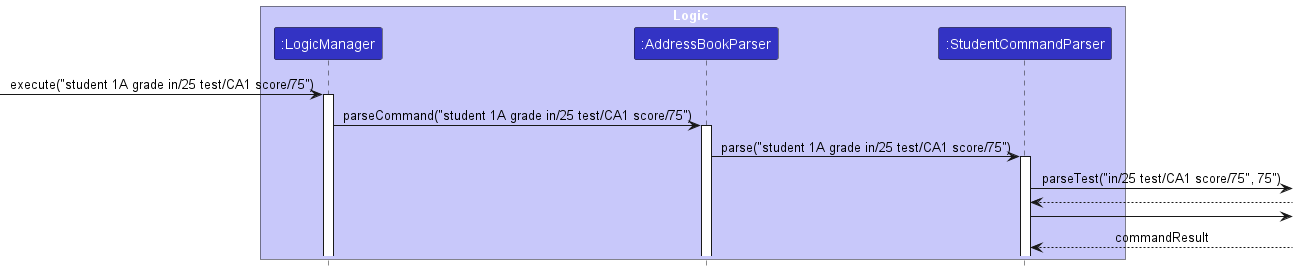
Earlier version of the PlantUML export docs/images/GradeSequentialDiagram.png (nus-cs2103-AY2223S2/tp).
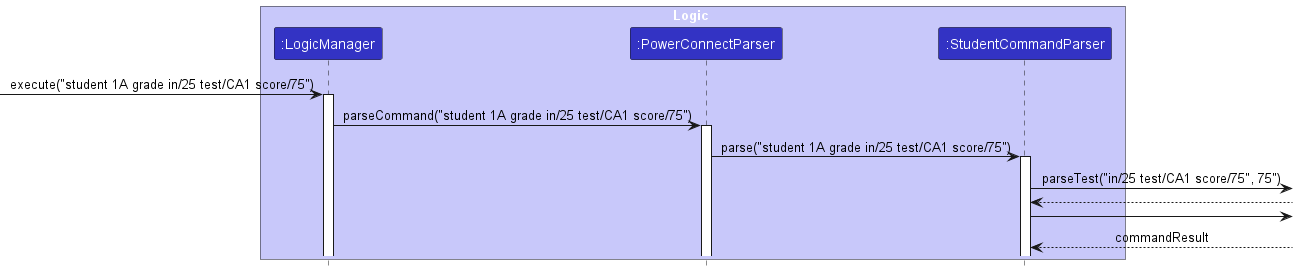
Above is the later version.

Change to the diagram source:
```diff
@@ -3,17 +3,17 @@
 
 box Logic LOGIC_COLOR_T1
 participant ":LogicManager" as LogicManager LOGIC_COLOR
-participant ":AddressBookParser" as AddressBookParser LOGIC_COLOR
+participant ":PowerConnectParser" as PowerConnectParser LOGIC_COLOR
 participant ":StudentCommandParser" as StudentCommandParser LOGIC_COLOR
 end box
 
 [-> LogicManager : execute("student 1A grade in/25 test/CA1 score/75")
 activate LogicManager
 
-LogicManager -> AddressBookParser : parseCommand("student 1A grade in/25 test/CA1 score/75")
-activate AddressBookParser
+LogicManager -> PowerConnectParser : parseCommand("student 1A grade in/25 test/CA1 score/75")
+activate PowerConnectParser
 
-AddressBookParser -> StudentCommandParser : parse("student 1A grade in/25 test/CA1 score/75")
+PowerConnectParser -> StudentCommandParser : parse("student 1A grade in/25 test/CA1 score/75")
 activate StudentCommandParser
 
 StudentCommandParser -> : parseTest("in/25 test/CA1 score/75", 75")
```
